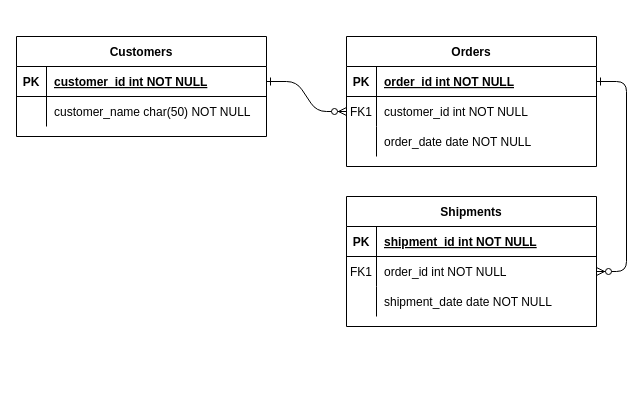
Above: iq/electricity_weather.drawio in lukeAyin/lukeAyin.github.io (draw.io), before the change. Source tidied: cells renumbered, new cells numbered last; positions are measured from the earlier drawing's top-left corner, leaving out a move shared by most shapes. Both pictures are drawn from the tidied source at 100%, with x=0, y=0 at pixel (16, 36).
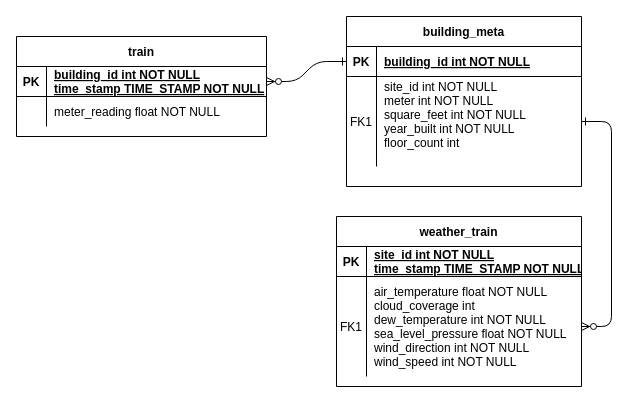
Above is the later version.

Unchanged cells that the change refers to:
```xml
<mxCell id="25" style="shape=partialRectangle;fillColor=none;points=[[0,0.5],[1,0.5]];portConstraint=eastwest;top=0;left=0;right=0;bottom=1;" parent="24" vertex="1">
  <mxGeometry y="30" width="250" height="30" as="geometry" />
</mxCell>
<mxCell id="28" style="shape=partialRectangle;fillColor=none;top=0;left=0;right=0;bottom=0;" parent="24" vertex="1">
  <mxGeometry y="60" width="250" height="30" as="geometry" />
</mxCell>
```

What changed in the source:
```diff
@@
-    <mxCell id="2" style="edgeStyle=entityRelationEdgeStyle;endArrow=ERzeroToMany;startArrow=ERone;endFill=1;startFill=0;" parent="1" edge="1" source="25" target="8">
+    <mxCell id="2" style="edgeStyle=entityRelationEdgeStyle;endArrow=ERzeroToMany;startArrow=ERone;endFill=1;startFill=0;exitX=0;exitY=0.5;exitDx=0;exitDy=0;entryX=1;entryY=0.5;entryDx=0;entryDy=0;" parent="1" edge="1" source="5" target="25">
       <mxGeometry relative="1" as="geometry" />
     </mxCell>
-    <mxCell id="3" style="edgeStyle=entityRelationEdgeStyle;endArrow=ERzeroToMany;startArrow=ERone;endFill=1;startFill=0;" parent="1" edge="1" source="5" target="18">
+    <mxCell id="3" style="edgeStyle=entityRelationEdgeStyle;endArrow=ERzeroToMany;startArrow=ERone;endFill=1;startFill=0;exitX=1;exitY=0.5;exitDx=0;exitDy=0;" parent="1" edge="1" source="8" target="18">
       <mxGeometry relative="1" as="geometry" />
     </mxCell>
-    <mxCell id="4" value="Orders" style="shape=table;startSize=30;childLayout=tableLayout;rowLines=0;fontStyle=1;align=center;" parent="1" vertex="1">
-      <mxGeometry x="330" width="250" height="130" as="geometry" />
+    <mxCell id="4" value="building_meta" style="shape=table;startSize=30;childLayout=tableLayout;rowLines=0;fontStyle=1;align=center;" parent="1" vertex="1">
+      <mxGeometry x="330" y="-20" width="235" height="170" as="geometry" />
     </mxCell>
     <mxCell id="5" style="shape=partialRectangle;fillColor=none;points=[[0,0.5],[1,0.5]];portConstraint=eastwest;top=0;left=0;right=0;bottom=1;" parent="4" vertex="1">
-      <mxGeometry y="30" width="250" height="30" as="geometry" />
+      <mxGeometry y="30" width="235" height="30" as="geometry" />
     </mxCell>
@@
-    <mxCell id="7" value="order_id int NOT NULL " style="shape=partialRectangle;overflow=hidden;fillColor=none;top=0;left=0;bottom=0;right=0;align=left;spacingLeft=6;fontStyle=5;" parent="5" vertex="1">
-      <mxGeometry x="30" width="220" height="30" as="geometry" />
+    <mxCell id="7" value="building_id int NOT NULL" style="shape=partialRectangle;overflow=hidden;fillColor=none;top=0;left=0;bottom=0;right=0;align=left;spacingLeft=6;fontStyle=5;" parent="5" vertex="1">
+      <mxGeometry x="30" width="205" height="30" as="geometry" />
     </mxCell>
     <mxCell id="8" style="shape=partialRectangle;fillColor=none;points=[[0,0.5],[1,0.5]];portConstraint=eastwest;top=0;left=0;right=0;bottom=0;" parent="4" vertex="1">
-      <mxGeometry y="60" width="250" height="30" as="geometry" />
+      <mxGeometry y="60" width="235" height="90" as="geometry" />
     </mxCell>
     <mxCell id="9" value="FK1" style="shape=partialRectangle;overflow=hidden;fillColor=none;top=0;left=0;bottom=0;right=0;" parent="8" vertex="1">
-      <mxGeometry width="30" height="30" as="geometry" />
+      <mxGeometry width="30" height="90" as="geometry" />
     </mxCell>
-    <mxCell id="10" value="customer_id int NOT NULL" style="shape=partialRectangle;overflow=hidden;fillColor=none;top=0;left=0;bottom=0;right=0;align=left;spacingLeft=6;" parent="8" vertex="1">
-      <mxGeometry x="30" width="220" height="30" as="geometry" />
+    <mxCell id="10" value="site_id int NOT NULL&#10;meter int NOT NULL&#10;square_feet int NOT NULL&#10;year_built int NOT NULL&#10;floor_count int &#10;" style="shape=partialRectangle;overflow=hidden;fillColor=none;top=0;left=0;bottom=0;right=0;align=left;spacingLeft=6;" parent="8" vertex="1">
+      <mxGeometry x="30" width="205" height="90" as="geometry" />
     </mxCell>
-    <mxCell id="11" style="shape=partialRectangle;fillColor=none;top=0;left=0;right=0;bottom=0;" parent="4" vertex="1">
-      <mxGeometry y="90" width="250" height="30" as="geometry" />
-    </mxCell>
-    <mxCell id="12" style="shape=partialRectangle;overflow=hidden;fillColor=none;top=0;left=0;bottom=0;right=0;" parent="11" vertex="1">
-      <mxGeometry width="30" height="30" as="geometry" />
-    </mxCell>
-    <mxCell id="13" value="order_date date NOT NULL" style="shape=partialRectangle;overflow=hidden;fillColor=none;top=0;left=0;bottom=0;right=0;align=left;spacingLeft=6;" parent="11" vertex="1">
-      <mxGeometry x="30" width="220" height="30" as="geometry" />
-    </mxCell>
-    <mxCell id="14" value="Shipments" style="shape=table;startSize=30;childLayout=tableLayout;rowLines=0;fontStyle=1;align=center;" parent="1" vertex="1">
-      <mxGeometry x="330" y="160" width="250" height="130" as="geometry" />
+    <mxCell id="14" value="weather_train" style="shape=table;startSize=30;childLayout=tableLayout;rowLines=0;fontStyle=1;align=center;" parent="1" vertex="1">
+      <mxGeometry x="320" y="180" width="245" height="170" as="geometry" />
     </mxCell>
     <mxCell id="15" style="shape=partialRectangle;fillColor=none;top=0;left=0;right=0;bottom=1;" parent="14" vertex="1">
-      <mxGeometry y="30" width="250" height="30" as="geometry" />
+      <mxGeometry y="30" width="245" height="30" as="geometry" />
     </mxCell>
@@
-    <mxCell id="17" value="shipment_id int NOT NULL " style="shape=partialRectangle;overflow=hidden;fillColor=none;top=0;left=0;bottom=0;right=0;align=left;spacingLeft=6;fontStyle=5;" parent="15" vertex="1">
-      <mxGeometry x="30" width="220" height="30" as="geometry" />
+    <mxCell id="17" value="site_id int NOT NULL&#10;time_stamp TIME_STAMP NOT NULL" style="shape=partialRectangle;overflow=hidden;fillColor=none;top=0;left=0;bottom=0;right=0;align=left;spacingLeft=6;fontStyle=5;" parent="15" vertex="1">
+      <mxGeometry x="30" width="215" height="30" as="geometry" />
     </mxCell>
     <mxCell id="18" style="shape=partialRectangle;fillColor=none;points=[[0,0.5],[1,0.5]];portConstraint=eastwest;top=0;left=0;right=0;bottom=0;" parent="14" vertex="1">
-      <mxGeometry y="60" width="250" height="30" as="geometry" />
+      <mxGeometry y="60" width="245" height="100" as="geometry" />
     </mxCell>
     <mxCell id="19" value="FK1" style="shape=partialRectangle;overflow=hidden;fillColor=none;top=0;left=0;bottom=0;right=0;" parent="18" vertex="1">
-      <mxGeometry width="30" height="30" as="geometry" />
+      <mxGeometry width="30" height="100" as="geometry" />
     </mxCell>
-    <mxCell id="20" value="order_id int NOT NULL" style="shape=partialRectangle;overflow=hidden;fillColor=none;top=0;left=0;bottom=0;right=0;align=left;spacingLeft=6;" parent="18" vertex="1">
-      <mxGeometry x="30" width="220" height="30" as="geometry" />
+    <mxCell id="20" value="air_temperature float NOT NULL&#10;cloud_coverage int &#10;dew_temperature int NOT NULL&#10;sea_level_pressure float NOT NULL&#10;wind_direction int NOT NULL&#10;wind_speed int NOT NULL" style="shape=partialRectangle;overflow=hidden;fillColor=none;top=0;left=0;bottom=0;right=0;align=left;spacingLeft=6;" parent="18" vertex="1">
+      <mxGeometry x="30" width="215" height="100" as="geometry" />
     </mxCell>
-    <mxCell id="21" style="shape=partialRectangle;fillColor=none;top=0;left=0;right=0;bottom=0;" parent="14" vertex="1">
-      <mxGeometry y="90" width="250" height="30" as="geometry" />
-    </mxCell>
-    <mxCell id="22" style="shape=partialRectangle;overflow=hidden;fillColor=none;top=0;left=0;bottom=0;right=0;" parent="21" vertex="1">
-      <mxGeometry width="30" height="30" as="geometry" />
-    </mxCell>
-    <mxCell id="23" value="shipment_date date NOT NULL" style="shape=partialRectangle;overflow=hidden;fillColor=none;top=0;left=0;bottom=0;right=0;align=left;spacingLeft=6;" parent="21" vertex="1">
-      <mxGeometry x="30" width="220" height="30" as="geometry" />
-    </mxCell>
-    <mxCell id="24" value="Customers" style="shape=table;startSize=30;childLayout=tableLayout;rowLines=0;fontStyle=1;align=center;" parent="1" vertex="1">
+    <mxCell id="24" value="train" style="shape=table;startSize=30;childLayout=tableLayout;rowLines=0;fontStyle=1;align=center;" parent="1" vertex="1">
       <mxGeometry width="250" height="100" as="geometry" />
     </mxCell>
@@
-    <mxCell id="27" value="customer_id int NOT NULL " style="shape=partialRectangle;overflow=hidden;fillColor=none;top=0;left=0;bottom=0;right=0;align=left;spacingLeft=6;fontStyle=5;" parent="25" vertex="1">
+    <mxCell id="27" value="building_id int NOT NULL&#10;time_stamp TIME_STAMP NOT NULL" style="shape=partialRectangle;overflow=hidden;fillColor=none;top=0;left=0;bottom=0;right=0;align=left;spacingLeft=6;fontStyle=5;" parent="25" vertex="1">
       <mxGeometry x="30" width="220" height="30" as="geometry" />
     </mxCell>
@@
-    <mxCell id="30" value="customer_name char(50) NOT NULL" style="shape=partialRectangle;overflow=hidden;fillColor=none;top=0;left=0;bottom=0;right=0;align=left;spacingLeft=6;" parent="28" vertex="1">
+    <mxCell id="30" value="meter_reading float NOT NULL" style="shape=partialRectangle;overflow=hidden;fillColor=none;top=0;left=0;bottom=0;right=0;align=left;spacingLeft=6;" parent="28" vertex="1">
       <mxGeometry x="30" width="220" height="30" as="geometry" />
     </mxCell>
```
